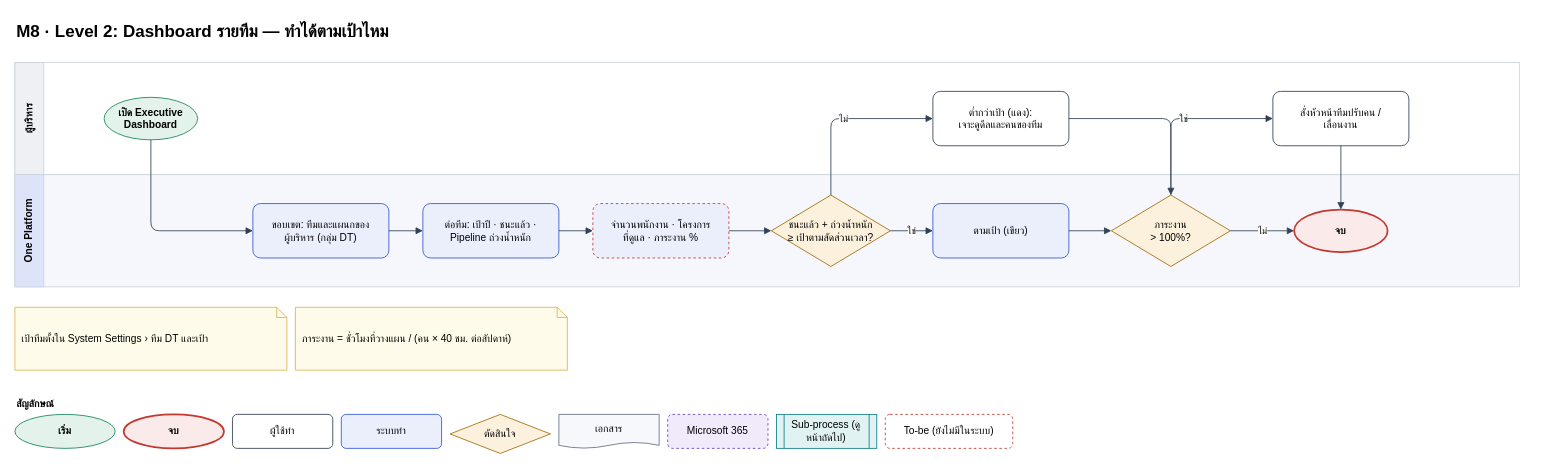
This is page "M8 Executive · L2" (32 of 35) of salesflow/docs/diagrams/one-platform-flows.drawio from Ruttanachote/Ai, a draw.io file, before an edit. Source tidied: cells renumbered, new cells numbered last; positions are measured from the earlier drawing's top-left corner, leaving out a move shared by most shapes. Both pictures are drawn from the tidied source at 85%, with x=0, y=0 at pixel (14, 14).
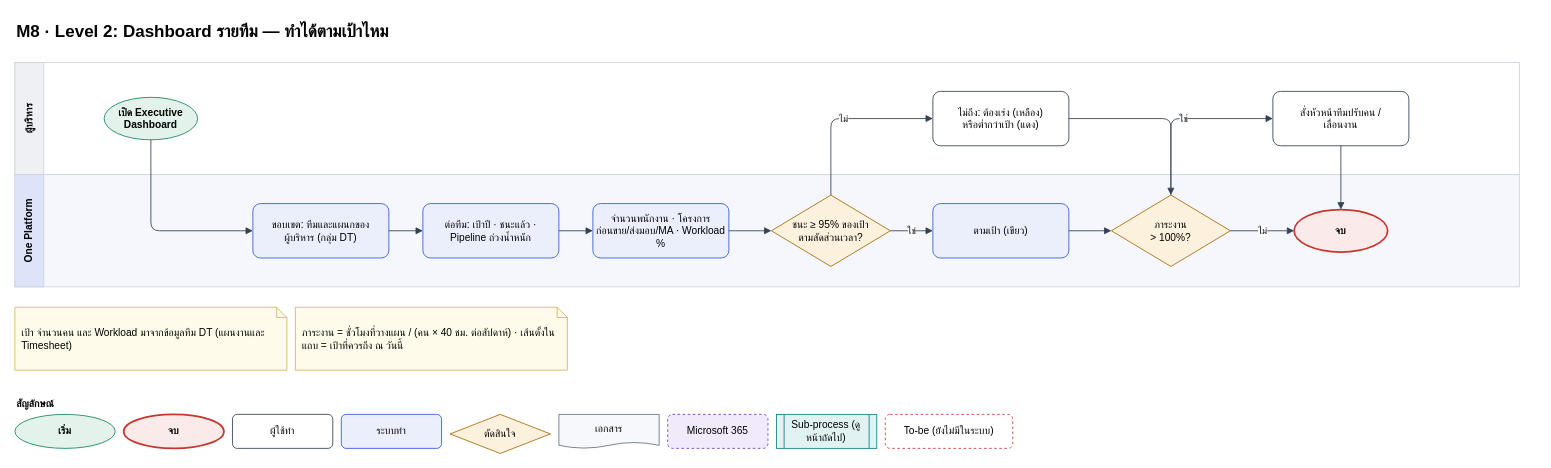
Above is the later version.

The edit, as a diff of the source:
```diff
@@
-    <mxCell id="10" value="จำนวนพนักงาน · โครงการ&lt;br&gt;ที่ดูแล · ภาระงาน % " style="rounded=1;whiteSpace=wrap;html=1;fillColor=#EBEFFC;strokeColor=#3457D5;arcSize=14;fontFamily=Prompt;dashed=1;strokeColor=#C4382F;" parent="1" vertex="1">
+    <mxCell id="10" value="จำนวนพนักงาน · โครงการ&lt;br&gt;ก่อนขาย/ส่งมอบ/MA · Workload %" style="rounded=1;whiteSpace=wrap;html=1;fillColor=#EBEFFC;strokeColor=#3457D5;arcSize=14;fontFamily=Prompt;" parent="1" vertex="1">
       <mxGeometry x="680" y="222" width="160" height="64" as="geometry" />
     </mxCell>
-    <mxCell id="11" value="ชนะแล้ว + ถ่วงน้ำหนัก&lt;br&gt;≥ เป้าตามสัดส่วนเวลา?" style="rhombus;whiteSpace=wrap;html=1;fillColor=#FBF1DC;strokeColor=#A86A08;fontFamily=Prompt;" parent="1" vertex="1">
+    <mxCell id="11" value="ชนะ ≥ 95% ของเป้า&lt;br&gt;ตามสัดส่วนเวลา?" style="rhombus;whiteSpace=wrap;html=1;fillColor=#FBF1DC;strokeColor=#A86A08;fontFamily=Prompt;" parent="1" vertex="1">
       <mxGeometry x="890" y="212" width="140" height="84" as="geometry" />
     </mxCell>
@@
-    <mxCell id="13" value="ต่ำกว่าเป้า (แดง):&lt;br&gt;เจาะดูดีลและคนของทีม" style="rounded=1;whiteSpace=wrap;html=1;fillColor=#FFFFFF;strokeColor=#334055;arcSize=14;fontFamily=Prompt;" parent="1" vertex="1">
+    <mxCell id="13" value="ไม่ถึง: ต้องเร่ง (เหลือง)&lt;br&gt;หรือต่ำกว่าเป้า (แดง)" style="rounded=1;whiteSpace=wrap;html=1;fillColor=#FFFFFF;strokeColor=#334055;arcSize=14;fontFamily=Prompt;" parent="1" vertex="1">
       <mxGeometry x="1080" y="90" width="160" height="64" as="geometry" />
     </mxCell>
@@
-    <mxCell id="17" value="เป้าทีมตั้งใน System Settings › ทีม DT และเป้า" style="shape=note;whiteSpace=wrap;html=1;fillColor=#FFFBEA;strokeColor=#D6B656;size=12;align=left;spacingLeft=6;fontFamily=Prompt;" parent="1" vertex="1">
+    <mxCell id="17" value="เป้า จำนวนคน และ Workload มาจากข้อมูลทีม DT (แผนงานและ Timesheet)" style="shape=note;whiteSpace=wrap;html=1;fillColor=#FFFBEA;strokeColor=#D6B656;size=12;align=left;spacingLeft=6;fontFamily=Prompt;" parent="1" vertex="1">
       <mxGeometry y="344" width="320" height="74" as="geometry" />
     </mxCell>
-    <mxCell id="18" value="ภาระงาน = ชั่วโมงที่วางแผน / (คน × 40 ชม. ต่อสัปดาห์)" style="shape=note;whiteSpace=wrap;html=1;fillColor=#FFFBEA;strokeColor=#D6B656;size=12;align=left;spacingLeft=6;fontFamily=Prompt;" parent="1" vertex="1">
+    <mxCell id="18" value="ภาระงาน = ชั่วโมงที่วางแผน / (คน × 40 ชม. ต่อสัปดาห์) · เส้นตั้งในแถบ = เป้าที่ควรถึง ณ วันนี้" style="shape=note;whiteSpace=wrap;html=1;fillColor=#FFFBEA;strokeColor=#D6B656;size=12;align=left;spacingLeft=6;fontFamily=Prompt;" parent="1" vertex="1">
       <mxGeometry x="330" y="344" width="320" height="74" as="geometry" />
     </mxCell>
```
